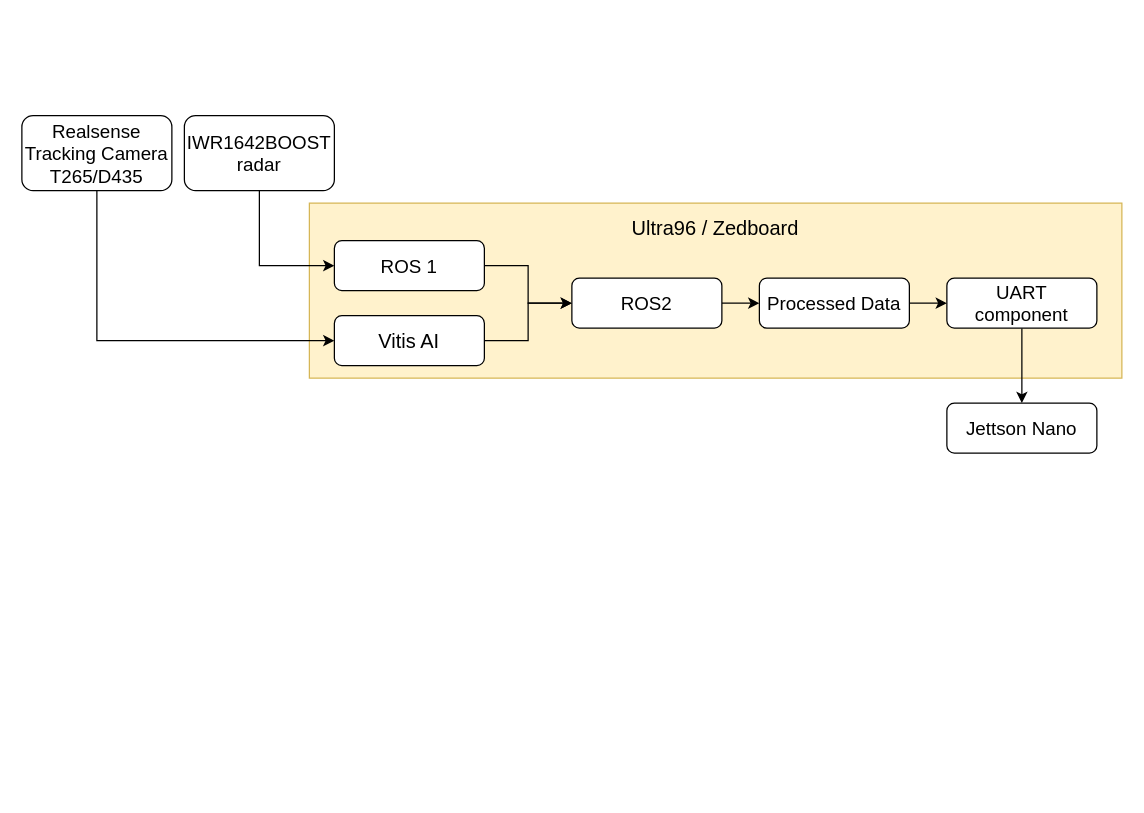
Earlier version of the draw.io diagram Documentation/Flowchart.drawio (randomRexx/ADAS_AI_cart). Source tidied: cells renumbered, new cells numbered last; positions are measured from the earlier drawing's top-left corner, leaving out a move shared by most shapes. Both pictures are drawn from the tidied source at 125%, with x=0, y=0 at pixel (21, 115).
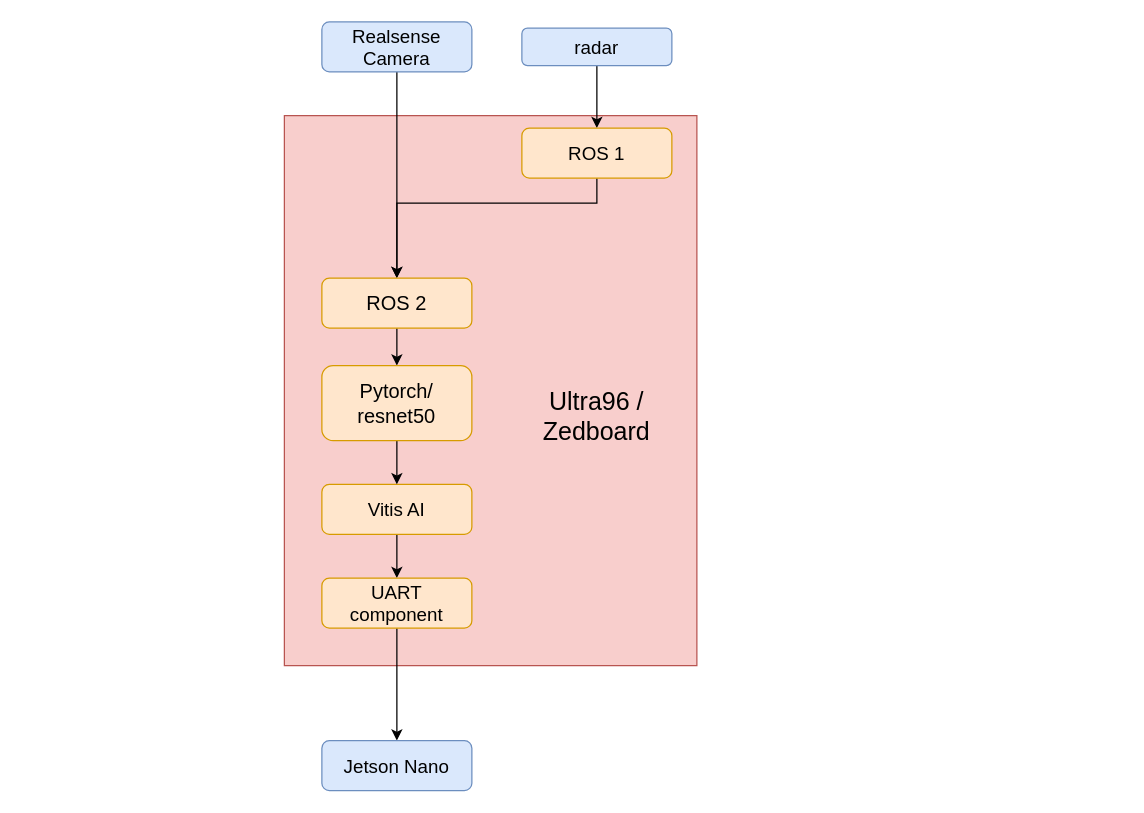
Above is the later version.

Commit message (it also covers changes not shown here):
edited flowchart & installinstr petalinux

Change to the diagram source:
```diff
@@
-    <mxCell id="2" style="rounded=0;whiteSpace=wrap;html=1;fillColor=#fff2cc;strokeColor=#d6b656;" parent="1" vertex="1">
-      <mxGeometry x="230" y="70" width="650" height="140" as="geometry" />
-    </mxCell>
-    <mxCell id="3" style="edgeStyle=orthogonalEdgeStyle;rounded=0;jettySize=auto;html=1;exitX=0.5;exitY=1;exitDx=0;exitDy=0;entryX=0;entryY=0.5;entryDx=0;entryDy=0;" parent="1" edge="1" source="4">
-      <mxGeometry relative="1" as="geometry">
-        <mxPoint x="250" y="180" as="targetPoint" />
-        <Array as="points">
-          <mxPoint x="60" y="180" />
-        </Array>
-      </mxGeometry>
-    </mxCell>
+    <mxCell id="19" style="rounded=0;whiteSpace=wrap;html=1;fillColor=#f8cecc;strokeColor=#b85450;" parent="1" vertex="1">
+      <mxGeometry x="210" width="330" height="440" as="geometry" />
+    </mxCell>
+    <mxCell id="20" style="edgeStyle=orthogonalEdgeStyle;rounded=0;jettySize=auto;html=1;" parent="1" edge="1" source="4" target="18">
+      <mxGeometry relative="1" as="geometry" />
+    </mxCell>
-    <mxCell id="4" value="&lt;font style=&quot;font-size: 15px&quot;&gt;Realsense Tracking Camera T265/D435&lt;/font&gt;" style="rounded=1;whiteSpace=wrap;html=1;fontSize=12;glass=0;strokeWidth=1;shadow=0;" parent="1" vertex="1">
-      <mxGeometry width="120" height="60" as="geometry" />
+    <mxCell id="4" value="&lt;font style=&quot;font-size: 15px&quot;&gt;Realsense Camera&lt;/font&gt;" style="rounded=1;whiteSpace=wrap;html=1;fontSize=12;glass=0;strokeWidth=1;shadow=0;fillColor=#dae8fc;strokeColor=#6c8ebf;" parent="1" vertex="1">
+      <mxGeometry x="240" y="-75" width="120" height="40" as="geometry" />
     </mxCell>
-    <mxCell id="5" style="edgeStyle=orthogonalEdgeStyle;rounded=0;jettySize=auto;html=1;exitX=0.5;exitY=1;exitDx=0;exitDy=0;entryX=0;entryY=0.5;entryDx=0;entryDy=0;" parent="1" edge="1" source="6" target="10">
+    <mxCell id="5" style="edgeStyle=orthogonalEdgeStyle;rounded=0;jettySize=auto;html=1;" parent="1" edge="1" source="6" target="10">
       <mxGeometry relative="1" as="geometry" />
     </mxCell>
-    <mxCell id="6" value="&lt;font style=&quot;font-size: 15px&quot;&gt;IWR1642BOOST radar&lt;/font&gt;" style="rounded=1;whiteSpace=wrap;html=1;fontSize=12;glass=0;strokeWidth=1;shadow=0;" parent="1" vertex="1">
-      <mxGeometry x="130" width="120" height="60" as="geometry" />
+    <mxCell id="6" value="&lt;font style=&quot;font-size: 15px&quot;&gt;radar&lt;/font&gt;" style="rounded=1;whiteSpace=wrap;html=1;fontSize=12;glass=0;strokeWidth=1;shadow=0;fillColor=#dae8fc;strokeColor=#6c8ebf;" parent="1" vertex="1">
+      <mxGeometry x="400" y="-70" width="120" height="30" as="geometry" />
     </mxCell>
-    <mxCell id="7" style="edgeStyle=orthogonalEdgeStyle;rounded=0;jettySize=auto;html=1;exitX=1;exitY=0.5;exitDx=0;exitDy=0;entryX=0;entryY=0.5;entryDx=0;entryDy=0;" parent="1" edge="1" source="8" target="15">
-      <mxGeometry relative="1" as="geometry" />
-    </mxCell>
+    <mxCell id="21" style="edgeStyle=orthogonalEdgeStyle;rounded=0;jettySize=auto;html=1;" parent="1" edge="1" source="8" target="12">
+      <mxGeometry relative="1" as="geometry" />
+    </mxCell>
-    <mxCell id="8" value="&lt;font style=&quot;font-size: 15px&quot;&gt;ROS2&lt;/font&gt;" style="rounded=1;whiteSpace=wrap;html=1;fontSize=12;glass=0;strokeWidth=1;shadow=0;" parent="1" vertex="1">
-      <mxGeometry x="440" y="130" width="120" height="40" as="geometry" />
+    <mxCell id="8" value="&lt;font style=&quot;font-size: 15px&quot;&gt;Vitis AI&lt;/font&gt;" style="rounded=1;whiteSpace=wrap;html=1;fontSize=12;glass=0;strokeWidth=1;shadow=0;fillColor=#ffe6cc;strokeColor=#d79b00;" parent="1" vertex="1">
+      <mxGeometry x="240" y="295" width="120" height="40" as="geometry" />
     </mxCell>
-    <mxCell id="9" style="edgeStyle=orthogonalEdgeStyle;rounded=0;jettySize=auto;html=1;entryX=0;entryY=0.5;entryDx=0;entryDy=0;" parent="1" edge="1" source="10" target="8">
-      <mxGeometry relative="1" as="geometry" />
-    </mxCell>
+    <mxCell id="22" style="edgeStyle=orthogonalEdgeStyle;rounded=0;jettySize=auto;html=1;entryX=0.5;entryY=0;entryDx=0;entryDy=0;" parent="1" edge="1" source="10" target="18">
+      <mxGeometry relative="1" as="geometry">
+        <Array as="points">
+          <mxPoint x="460" y="70" />
+          <mxPoint x="300" y="70" />
+        </Array>
+      </mxGeometry>
+    </mxCell>
-    <mxCell id="10" value="&lt;font style=&quot;font-size: 15px&quot;&gt;ROS 1&lt;/font&gt;" style="rounded=1;whiteSpace=wrap;html=1;fontSize=12;glass=0;strokeWidth=1;shadow=0;" parent="1" vertex="1">
-      <mxGeometry x="250" y="100" width="120" height="40" as="geometry" />
+    <mxCell id="10" value="&lt;font style=&quot;font-size: 15px&quot;&gt;ROS 1&lt;/font&gt;" style="rounded=1;whiteSpace=wrap;html=1;fontSize=12;glass=0;strokeWidth=1;shadow=0;fillColor=#ffe6cc;strokeColor=#d79b00;" parent="1" vertex="1">
+      <mxGeometry x="400" y="10" width="120" height="40" as="geometry" />
     </mxCell>
@@
-    <mxCell id="12" value="&lt;font style=&quot;font-size: 15px&quot;&gt;UART component&lt;/font&gt;" style="rounded=1;whiteSpace=wrap;html=1;fontSize=12;glass=0;strokeWidth=1;shadow=0;" parent="1" vertex="1">
-      <mxGeometry x="740" y="130" width="120" height="40" as="geometry" />
+    <mxCell id="12" value="&lt;font style=&quot;font-size: 15px&quot;&gt;UART component&lt;/font&gt;" style="rounded=1;whiteSpace=wrap;html=1;fontSize=12;glass=0;strokeWidth=1;shadow=0;fillColor=#ffe6cc;strokeColor=#d79b00;" parent="1" vertex="1">
+      <mxGeometry x="240" y="370" width="120" height="40" as="geometry" />
     </mxCell>
-    <mxCell id="13" value="&lt;font style=&quot;font-size: 15px&quot;&gt;Jettson Nano&lt;/font&gt;" style="rounded=1;whiteSpace=wrap;html=1;fontSize=12;glass=0;strokeWidth=1;shadow=0;" parent="1" vertex="1">
-      <mxGeometry x="740" y="230" width="120" height="40" as="geometry" />
+    <mxCell id="13" value="&lt;font style=&quot;font-size: 15px&quot;&gt;Jetson Nano&lt;/font&gt;" style="rounded=1;whiteSpace=wrap;html=1;fontSize=12;glass=0;strokeWidth=1;shadow=0;fillColor=#dae8fc;strokeColor=#6c8ebf;" parent="1" vertex="1">
+      <mxGeometry x="240" y="500" width="120" height="40" as="geometry" />
     </mxCell>
-    <mxCell id="14" style="edgeStyle=orthogonalEdgeStyle;rounded=0;jettySize=auto;html=1;" parent="1" edge="1" source="15" target="12">
-      <mxGeometry relative="1" as="geometry" />
-    </mxCell>
-    <mxCell id="15" value="&lt;font style=&quot;font-size: 15px&quot;&gt;Processed Data&lt;/font&gt;" style="rounded=1;whiteSpace=wrap;html=1;fontSize=12;glass=0;strokeWidth=1;shadow=0;" parent="1" vertex="1">
-      <mxGeometry x="590" y="130" width="120" height="40" as="geometry" />
-    </mxCell>
-    <mxCell id="16" style="edgeStyle=orthogonalEdgeStyle;rounded=0;jettySize=auto;html=1;" parent="1" edge="1" target="8">
-      <mxGeometry relative="1" as="geometry">
-        <mxPoint x="370" y="180" as="sourcePoint" />
-        <Array as="points">
-          <mxPoint x="405" y="180" />
-          <mxPoint x="405" y="150" />
-        </Array>
-      </mxGeometry>
-    </mxCell>
+    <mxCell id="23" style="edgeStyle=orthogonalEdgeStyle;rounded=0;jettySize=auto;html=1;" parent="1" edge="1" source="18" target="25">
+      <mxGeometry relative="1" as="geometry" />
+    </mxCell>
+    <mxCell id="18" value="&lt;font style=&quot;font-size: 16px&quot;&gt;ROS 2&lt;/font&gt;" style="rounded=1;whiteSpace=wrap;html=1;fontSize=12;glass=0;strokeWidth=1;shadow=0;fillColor=#ffe6cc;strokeColor=#d79b00;" parent="1" vertex="1">
+      <mxGeometry x="240" y="130" width="120" height="40" as="geometry" />
+    </mxCell>
+    <mxCell id="24" style="edgeStyle=orthogonalEdgeStyle;rounded=0;jettySize=auto;html=1;" parent="1" edge="1" source="25" target="8">
+      <mxGeometry relative="1" as="geometry" />
+    </mxCell>
+    <mxCell id="25" value="&lt;font style=&quot;font-size: 16px&quot;&gt;Pytorch/&lt;br&gt;resnet50&lt;/font&gt;" style="rounded=1;whiteSpace=wrap;html=1;fontSize=12;glass=0;strokeWidth=1;shadow=0;fillColor=#ffe6cc;strokeColor=#d79b00;" parent="1" vertex="1">
+      <mxGeometry x="240" y="200" width="120" height="60" as="geometry" />
+    </mxCell>
-    <mxCell id="17" value="&lt;font style=&quot;font-size: 16px&quot;&gt;Ultra96 / Zedboard&lt;/font&gt;" style="text;html=1;strokeColor=none;fillColor=none;align=center;verticalAlign=middle;whiteSpace=wrap;rounded=0;" parent="1" vertex="1">
-      <mxGeometry x="480" y="80" width="150" height="20" as="geometry" />
+    <mxCell id="17" value="&lt;font style=&quot;font-size: 20px&quot;&gt;Ultra96 / Zedboard&lt;/font&gt;" style="text;html=1;strokeColor=none;fillColor=none;align=center;verticalAlign=middle;whiteSpace=wrap;rounded=0;fontFamily=Helvetica;" parent="1" vertex="1">
+      <mxGeometry x="390" y="210" width="140" height="60" as="geometry" />
     </mxCell>
-    <mxCell id="18" value="&lt;font style=&quot;font-size: 16px&quot;&gt;Vitis AI&lt;/font&gt;" style="rounded=1;whiteSpace=wrap;html=1;fontSize=12;glass=0;strokeWidth=1;shadow=0;" parent="1" vertex="1">
-      <mxGeometry x="250" y="160" width="120" height="40" as="geometry" />
-    </mxCell>
```
